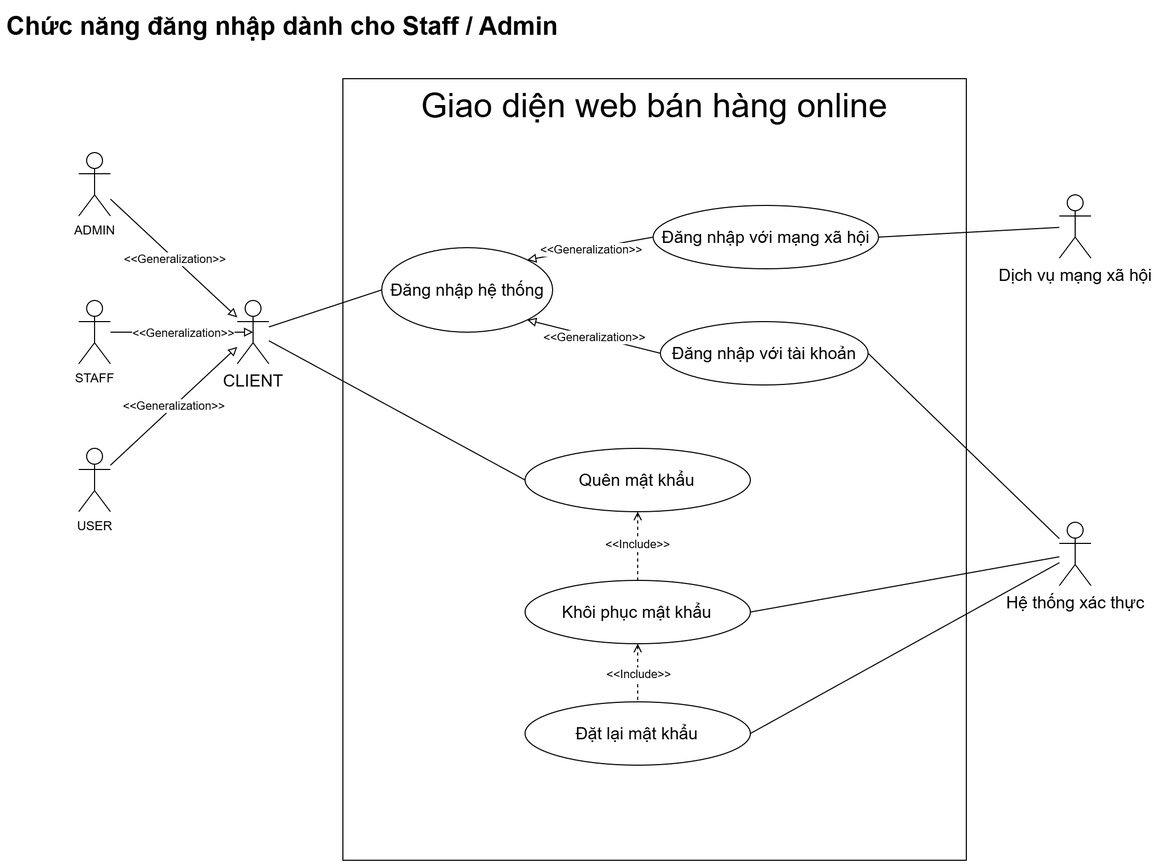
hungtran3011/SAD-uml keeps this draw.io diagram as usecase/Usecase_Login.png. Above is the earlier version. Source tidied: cells renumbered, new cells last; positions are measured from the earlier drawing's top-left corner, leaving out a move shared by most shapes.
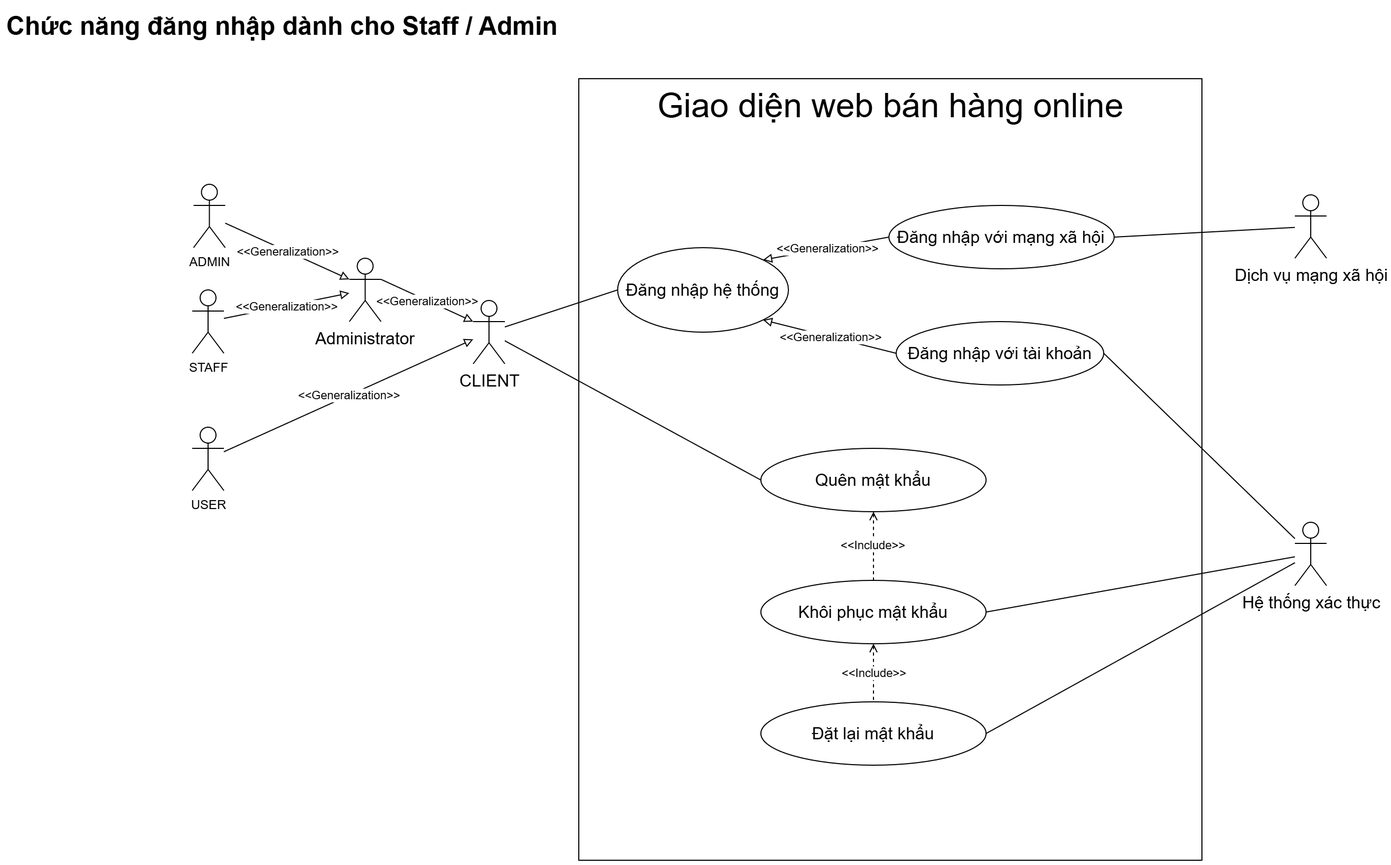
The same file after the commit.

Commit message:
update usecase final ver

Diff of the diagram source:
```diff
@@ -6,7 +6,7 @@
       <mxGeometry x="320" y="70" width="590" height="740" as="geometry" />
     </mxCell>
     <mxCell id="3" value="&lt;h1 style=&quot;margin-top: 0px;&quot;&gt;Chức năng đăng nhập dành cho Staff / Admin&lt;/h1&gt;" style="text;html=1;whiteSpace=wrap;overflow=hidden;rounded=0;" parent="1" vertex="1">
-      <mxGeometry width="540" height="40" as="geometry" />
+      <mxGeometry x="-223.5" width="540" height="40" as="geometry" />
     </mxCell>
     <mxCell id="4" style="rounded=0;jettySize=auto;html=1;entryX=0;entryY=0.5;entryDx=0;entryDy=0;endArrow=none;startFill=0;" parent="1" edge="1" source="5" target="25">
       <mxGeometry relative="1" as="geometry" />
@@ -15,10 +15,10 @@
       <mxGeometry x="220" y="280" width="30" height="60" as="geometry" />
     </mxCell>
     <mxCell id="6" value="ADMIN" style="shape=umlActor;verticalLabelPosition=bottom;verticalAlign=top;html=1;outlineConnect=0;" parent="1" vertex="1">
-      <mxGeometry x="70" y="140" width="30" height="60" as="geometry" />
+      <mxGeometry x="-44.8" y="170" width="30" height="60" as="geometry" />
     </mxCell>
     <mxCell id="7" value="STAFF" style="shape=umlActor;verticalLabelPosition=bottom;verticalAlign=top;html=1;outlineConnect=0;" parent="1" vertex="1">
-      <mxGeometry x="70" y="280" width="30" height="60" as="geometry" />
+      <mxGeometry x="-46" y="270" width="30" height="60" as="geometry" />
     </mxCell>
     <mxCell id="8" style="edgeStyle=none;rounded=0;jettySize=auto;html=1;endArrow=block;endFill=0;" parent="1" edge="1" source="10" target="5">
       <mxGeometry relative="1" as="geometry" />
@@ -27,15 +27,15 @@
       <mxGeometry y="1" relative="1" as="geometry" />
     </mxCell>
     <mxCell id="10" value="USER" style="shape=umlActor;verticalLabelPosition=bottom;verticalAlign=top;html=1;outlineConnect=0;" parent="1" vertex="1">
-      <mxGeometry x="70" y="420" width="30" height="60" as="geometry" />
+      <mxGeometry x="-46" y="400" width="30" height="60" as="geometry" />
     </mxCell>
-    <mxCell id="11" style="rounded=0;jettySize=auto;html=1;endArrow=block;endFill=0;" parent="1" edge="1" source="6" target="5">
+    <mxCell id="11" style="rounded=0;jettySize=auto;html=1;endArrow=block;endFill=0;entryX=0;entryY=0.3333333333333333;entryDx=0;entryDy=0;entryPerimeter=0;" parent="1" edge="1" source="6" target="36">
       <mxGeometry relative="1" as="geometry" />
     </mxCell>
     <mxCell id="12" value="&amp;lt;&amp;lt;Generalization&amp;gt;&amp;gt;" style="edgeLabel;html=1;align=center;verticalAlign=middle;" parent="11" vertex="1">
       <mxGeometry relative="1" as="geometry" />
     </mxCell>
-    <mxCell id="13" style="edgeStyle=none;rounded=0;jettySize=auto;html=1;entryX=0.5;entryY=0.5;entryDx=0;entryDy=0;entryPerimeter=0;endArrow=block;endFill=0;" parent="1" edge="1" source="7" target="5">
+    <mxCell id="13" style="edgeStyle=none;rounded=0;jettySize=auto;html=1;endArrow=block;endFill=0;" parent="1" edge="1" source="7" target="36">
       <mxGeometry relative="1" as="geometry" />
     </mxCell>
     <mxCell id="14" value="&amp;lt;&amp;lt;Generalization&amp;gt;&amp;gt;" style="edgeLabel;html=1;align=center;verticalAlign=middle;" parent="13" vertex="1">
@@ -104,5 +104,14 @@
     <mxCell id="35" value="Hệ thống xác thực" style="shape=umlActor;verticalLabelPosition=bottom;verticalAlign=top;html=1;outlineConnect=0;fontSize=16;" parent="1" vertex="1">
       <mxGeometry x="998" y="490" width="30" height="60" as="geometry" />
     </mxCell>
+    <mxCell id="36" value="Administrator" style="shape=umlActor;verticalLabelPosition=bottom;verticalAlign=top;html=1;outlineConnect=0;fontSize=16;" parent="1" vertex="1">
+      <mxGeometry x="102.8" y="240" width="30" height="60" as="geometry" />
+    </mxCell>
+    <mxCell id="37" style="rounded=0;jettySize=auto;html=1;endArrow=block;endFill=0;exitX=1;exitY=0.3333333333333333;exitDx=0;exitDy=0;exitPerimeter=0;entryX=0;entryY=0.3333333333333333;entryDx=0;entryDy=0;entryPerimeter=0;" parent="1" edge="1" source="36" target="5">
+      <mxGeometry relative="1" as="geometry" />
+    </mxCell>
+    <mxCell id="38" value="&amp;lt;&amp;lt;Generalization&amp;gt;&amp;gt;" style="edgeLabel;html=1;align=center;verticalAlign=middle;" parent="37" vertex="1">
+      <mxGeometry relative="1" as="geometry" />
+    </mxCell>
   </root>
 </mxGraphModel>
```
